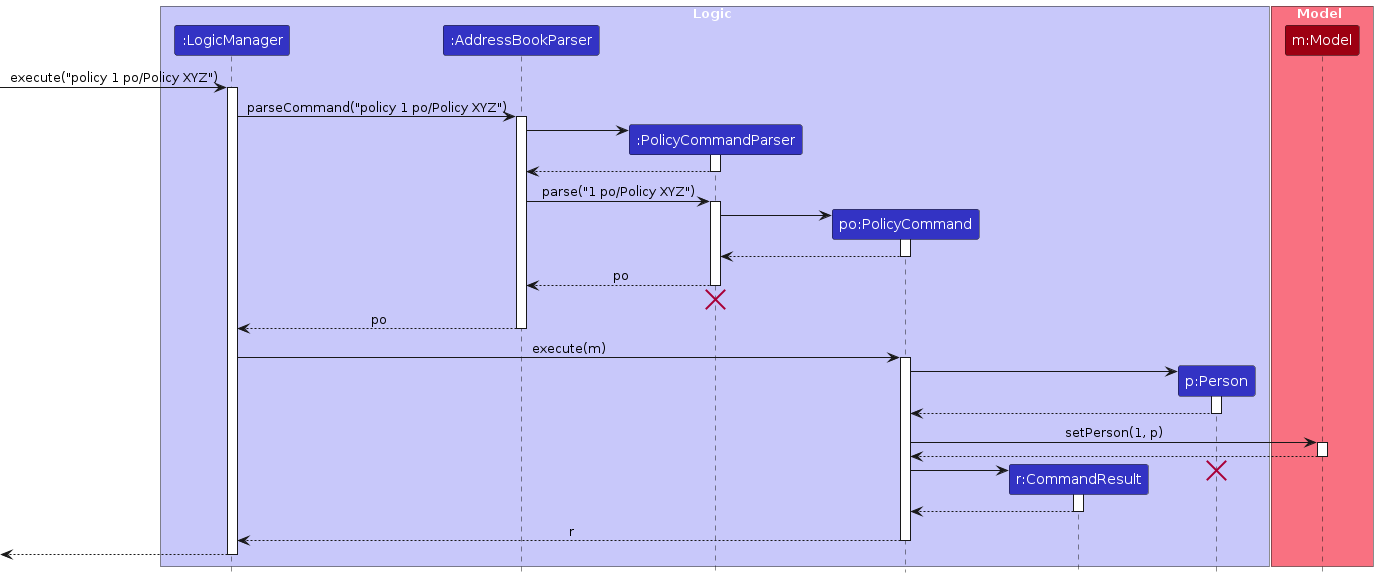
Above: diagrams/PolicySequenceDiagram.png in AY2324S2-CS2103T-T13-3/tp (PlantUML), before the change. Its source is kept beside it as diagrams/PolicySequenceDiagram.puml.
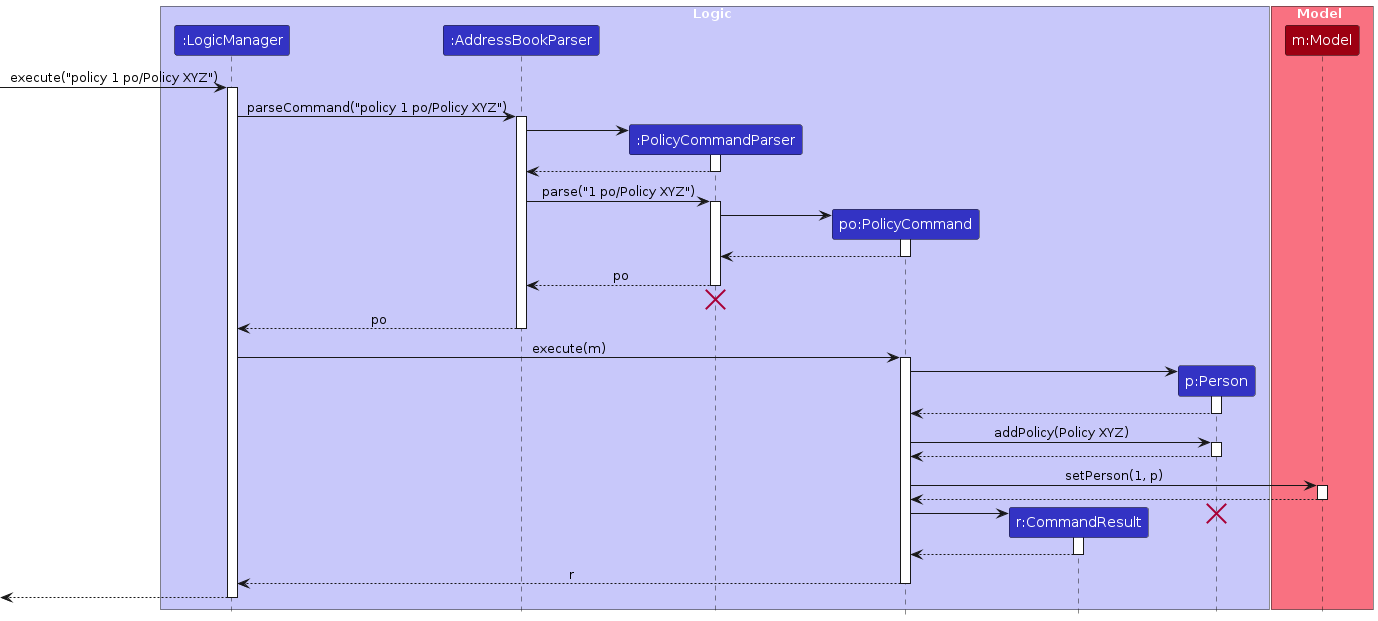
Later version of the same file.

Change to the diagram source:
```diff
@@ -56,6 +56,12 @@
 Person --> PolicyCommand :
 deactivate Person
 
+PolicyCommand -> Person : addPolicy(Policy XYZ)
+activate Person
+
+Person --> PolicyCommand :
+deactivate Person
+
 PolicyCommand -> Model : setPerson(1, p)
 activate Model
 
```
